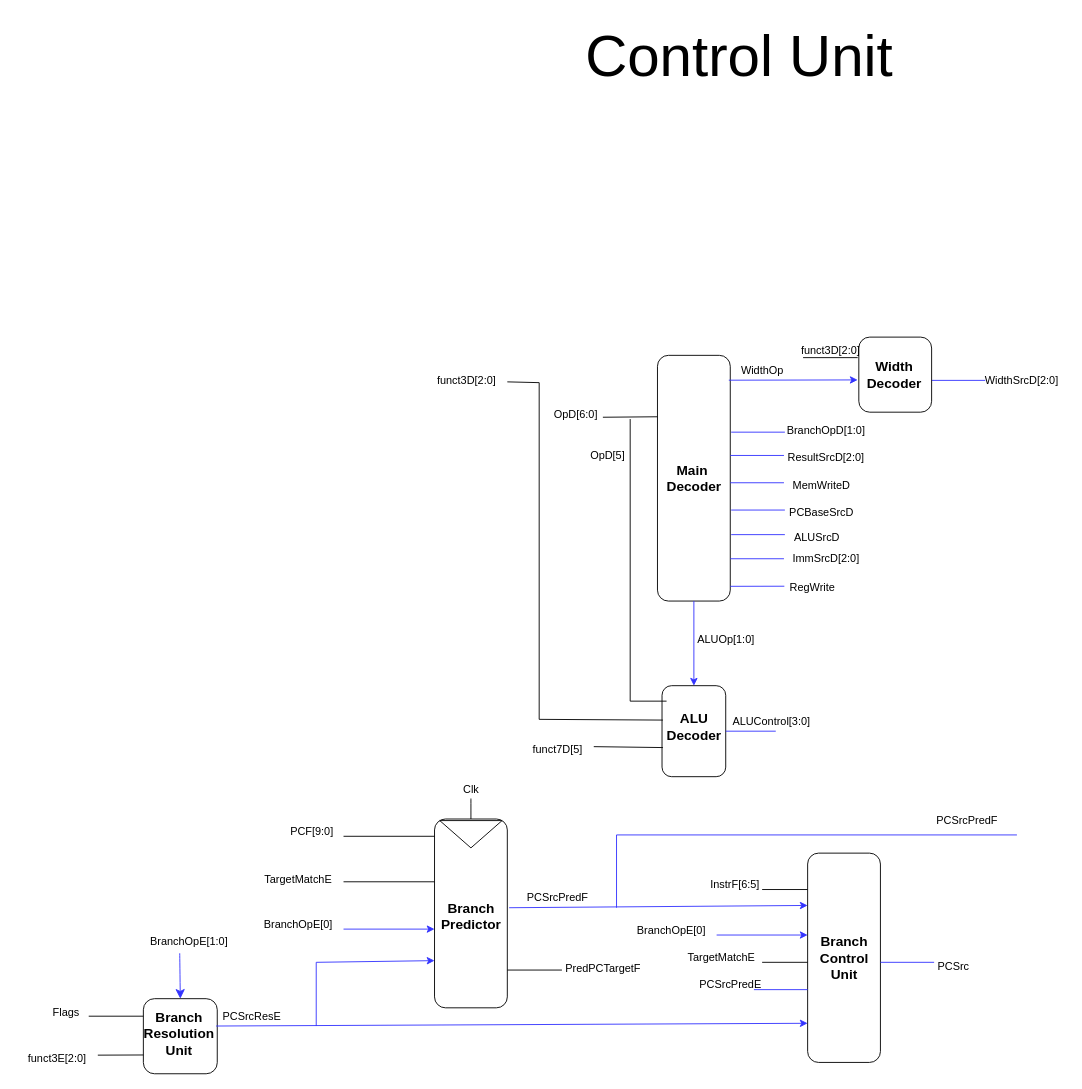
This is page "Control Unit" (3 of 4) of Documentation/RISC-V Pipelined Schematic.drawio from Biggo03/RISC-V-Pipelined, a draw.io file, before an edit. Source tidied: cells renumbered, new cells numbered last; positions are measured from the earlier drawing's top-left corner, leaving out a move shared by most shapes. Both pictures are drawn from the tidied source at 91%, with x=0, y=0 at pixel (15, 15).
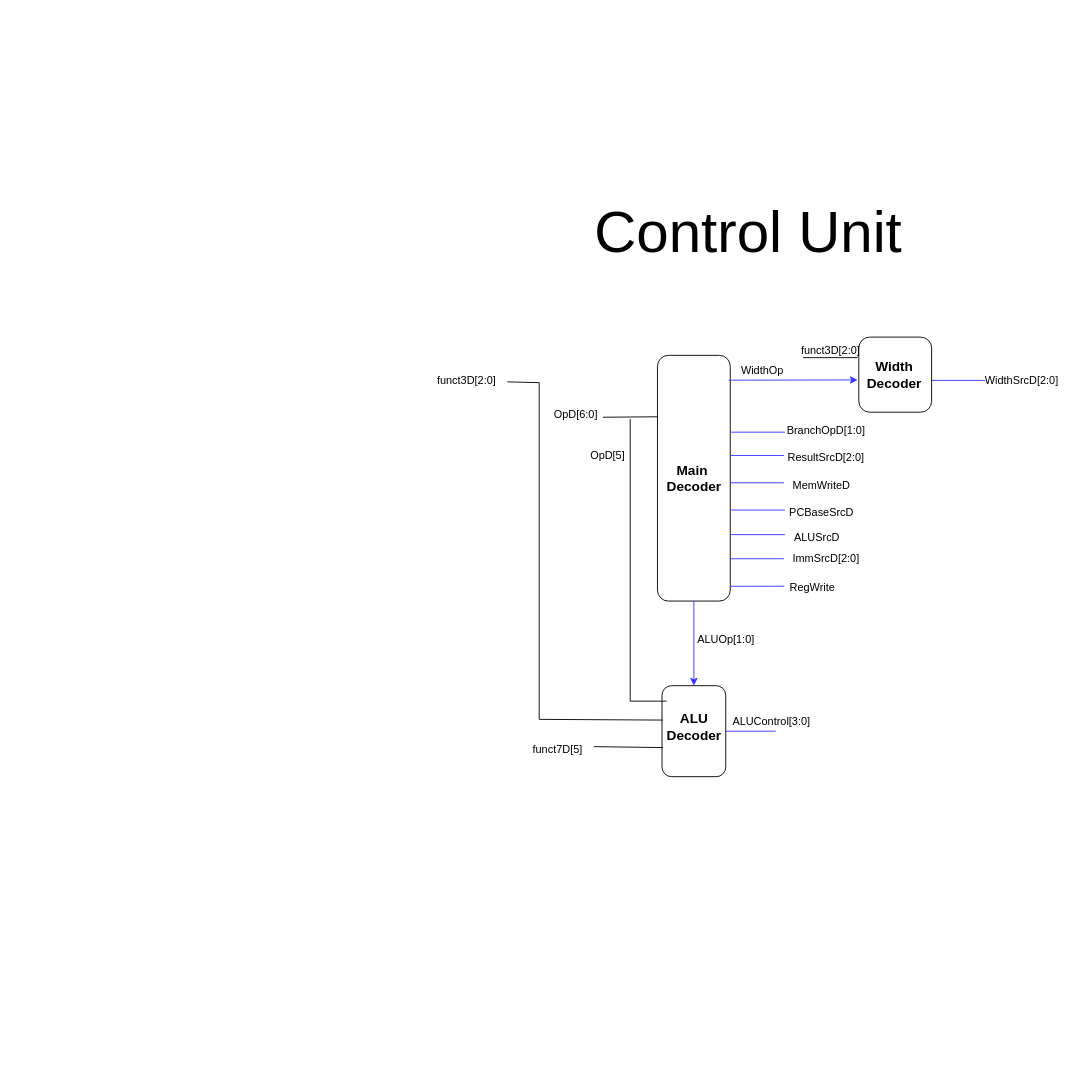
The same page after the edit.

Commit message (it also covers changes not shown here):
Made Branch Processing Unit page, updated controller-datapath schematic

The edit, as a diff of the source:
```diff
@@
     <mxCell id="2" value="&lt;div style=&quot;&quot;&gt;&lt;span style=&quot;background-color: initial; font-size: 64px; text-wrap: nowrap;&quot;&gt;Control Unit&lt;/span&gt;&lt;/div&gt;" style="text;whiteSpace=wrap;html=1;align=center;" parent="1" vertex="1">
-      <mxGeometry x="535" width="520" height="100" as="geometry" />
+      <mxGeometry x="545" y="193" width="520" height="100" as="geometry" />
     </mxCell>
@@
-    <mxCell id="45" style="rounded=1;whiteSpace=wrap;html=1;" parent="1" vertex="1">
-      <mxGeometry x="870" y="920" width="80" height="230" as="geometry" />
-    </mxCell>
-    <mxCell id="46" value="&lt;span style=&quot;font-size: 15px;&quot;&gt;&lt;b&gt;Branch&lt;/b&gt;&lt;/span&gt;&lt;div&gt;&lt;span style=&quot;font-size: 15px;&quot;&gt;&lt;b&gt;Control&lt;/b&gt;&lt;/span&gt;&lt;/div&gt;&lt;div&gt;&lt;span style=&quot;font-size: 15px;&quot;&gt;&lt;b&gt;Unit&lt;/b&gt;&lt;/span&gt;&lt;/div&gt;" style="text;html=1;align=center;verticalAlign=middle;strokeColor=none;fillColor=none;" parent="1" vertex="1">
-      <mxGeometry x="870" y="1000" width="80" height="70" as="geometry" />
-    </mxCell>
-    <mxCell id="47" style="endArrow=none;html=1;rounded=0;entryX=0.75;entryY=1;entryDx=0;entryDy=0;" parent="1" edge="1">
-      <mxGeometry relative="1" as="geometry">
-        <mxPoint x="820" y="960" as="sourcePoint" />
-        <mxPoint x="870" y="960" as="targetPoint" />
-      </mxGeometry>
-    </mxCell>
-    <mxCell id="48" value="InstrF[6:5]" style="text;html=1;align=center;verticalAlign=middle;strokeColor=none;fillColor=none;" parent="1" vertex="1">
-      <mxGeometry x="750" y="940" width="80" height="30" as="geometry" />
-    </mxCell>
-    <mxCell id="49" style="endArrow=classic;html=1;rounded=0;strokeColor=#3333FF;endFill=1;entryX=0;entryY=0.25;entryDx=0;entryDy=0;" parent="1" edge="1" target="45">
-      <mxGeometry relative="1" as="geometry">
-        <mxPoint x="542" y="980" as="sourcePoint" />
-      </mxGeometry>
-    </mxCell>
-    <mxCell id="50" value="PCSrcPredF" style="text;html=1;align=center;verticalAlign=middle;strokeColor=none;fillColor=none;" parent="1" vertex="1">
-      <mxGeometry x="550" y="953.5" width="90" height="30" as="geometry" />
-    </mxCell>
-    <mxCell id="51" style="endArrow=none;html=1;rounded=0;exitX=0.852;exitY=-0.008;exitDx=0;exitDy=0;exitPerimeter=0;strokeColor=#3333FF;" parent="1" edge="1">
-      <mxGeometry relative="1" as="geometry">
-        <mxPoint x="950" y="1040" as="sourcePoint" />
-        <mxPoint x="1009" y="1040" as="targetPoint" />
-      </mxGeometry>
-    </mxCell>
-    <mxCell id="52" value="PCSrc" style="text;html=1;align=center;verticalAlign=middle;strokeColor=none;fillColor=none;" parent="1" vertex="1">
-      <mxGeometry x="1000" y="1030" width="60" height="30" as="geometry" />
-    </mxCell>
-    <mxCell id="53" style="endArrow=none;html=1;rounded=0;entryX=0.75;entryY=1;entryDx=0;entryDy=0;" parent="1" edge="1">
-      <mxGeometry relative="1" as="geometry">
-        <mxPoint x="820" y="1040" as="sourcePoint" />
-        <mxPoint x="870" y="1040" as="targetPoint" />
-      </mxGeometry>
-    </mxCell>
-    <mxCell id="54" value="TargetMatchE" style="text;html=1;align=center;verticalAlign=middle;strokeColor=none;fillColor=none;" parent="1" vertex="1">
-      <mxGeometry x="725" y="1020" width="100" height="30" as="geometry" />
-    </mxCell>
-    <mxCell id="55" style="endArrow=none;html=1;rounded=0;exitX=0.852;exitY=-0.008;exitDx=0;exitDy=0;exitPerimeter=0;strokeColor=#3333FF;" parent="1" edge="1">
-      <mxGeometry relative="1" as="geometry">
-        <mxPoint x="811" y="1070" as="sourcePoint" />
-        <mxPoint x="870" y="1070" as="targetPoint" />
-      </mxGeometry>
-    </mxCell>
-    <mxCell id="56" value="PCSrcPredE" style="text;html=1;align=center;verticalAlign=middle;strokeColor=none;fillColor=none;" parent="1" vertex="1">
-      <mxGeometry x="740" y="1050" width="90" height="30" as="geometry" />
-    </mxCell>
-    <mxCell id="57" style="rounded=1;whiteSpace=wrap;html=1;" parent="1" vertex="1">
-      <mxGeometry x="460" y="882.5" width="80" height="207.5" as="geometry" />
-    </mxCell>
-    <mxCell id="58" value="&lt;span style=&quot;font-size: 15px;&quot;&gt;&lt;b&gt;Branch&lt;/b&gt;&lt;/span&gt;&lt;div&gt;&lt;span style=&quot;font-size: 15px;&quot;&gt;&lt;b&gt;Predictor&lt;/b&gt;&lt;/span&gt;&lt;/div&gt;" style="text;html=1;align=center;verticalAlign=middle;strokeColor=none;fillColor=none;" parent="1" vertex="1">
-      <mxGeometry x="455" y="963.5" width="90" height="50" as="geometry" />
-    </mxCell>
-    <mxCell id="59" style="endArrow=none;html=1;rounded=0;" parent="1" edge="1">
-      <mxGeometry relative="1" as="geometry">
-        <mxPoint x="360" y="901.5" as="sourcePoint" />
-        <mxPoint x="460" y="901.5" as="targetPoint" />
-      </mxGeometry>
-    </mxCell>
-    <mxCell id="60" value="PCF[9:0]" style="text;html=1;align=center;verticalAlign=middle;strokeColor=none;fillColor=none;" parent="1" vertex="1">
-      <mxGeometry x="290" y="881.5" width="70" height="30" as="geometry" />
-    </mxCell>
-    <mxCell id="61" style="endArrow=none;html=1;rounded=0;" parent="1" edge="1">
-      <mxGeometry relative="1" as="geometry">
-        <mxPoint x="360" y="951.5" as="sourcePoint" />
-        <mxPoint x="460" y="951.5" as="targetPoint" />
-      </mxGeometry>
-    </mxCell>
-    <mxCell id="62" value="TargetMatchE" style="text;html=1;align=center;verticalAlign=middle;strokeColor=none;fillColor=none;" parent="1" vertex="1">
-      <mxGeometry x="260" y="933.5" width="100" height="30" as="geometry" />
-    </mxCell>
-    <mxCell id="63" style="endArrow=classic;html=1;rounded=0;strokeColor=#3333FF;endFill=1;" parent="1" edge="1">
-      <mxGeometry relative="1" as="geometry">
-        <mxPoint x="360" y="1003.5" as="sourcePoint" />
-        <mxPoint x="460" y="1003.5" as="targetPoint" />
-      </mxGeometry>
-    </mxCell>
-    <mxCell id="64" value="&lt;font style=&quot;color: rgb(0, 0, 0);&quot;&gt;BranchOpE[0]&lt;/font&gt;" style="text;html=1;align=center;verticalAlign=middle;strokeColor=none;fillColor=none;" parent="1" vertex="1">
-      <mxGeometry x="260" y="983.5" width="100" height="30" as="geometry" />
-    </mxCell>
-    <mxCell id="65" style="endArrow=none;html=1;rounded=0;exitX=1;exitY=0.75;exitDx=0;exitDy=0;" parent="1" edge="1">
-      <mxGeometry relative="1" as="geometry">
-        <mxPoint x="540" y="1048.5" as="sourcePoint" />
-        <mxPoint x="600" y="1048.5" as="targetPoint" />
-      </mxGeometry>
-    </mxCell>
-    <mxCell id="66" value="PredPCTargetF" style="text;html=1;align=center;verticalAlign=middle;strokeColor=none;fillColor=none;" parent="1" vertex="1">
-      <mxGeometry x="590" y="1031.5" width="110" height="30" as="geometry" />
-    </mxCell>
-    <mxCell id="67" style="endArrow=classic;html=1;rounded=0;strokeColor=#3333FF;endFill=1;" parent="1" edge="1">
-      <mxGeometry relative="1" as="geometry">
-        <mxPoint x="770" y="1010" as="sourcePoint" />
-        <mxPoint x="870" y="1010" as="targetPoint" />
-      </mxGeometry>
-    </mxCell>
-    <mxCell id="68" value="&lt;font style=&quot;color: rgb(0, 0, 0);&quot;&gt;BranchOpE[0]&lt;/font&gt;" style="text;html=1;align=center;verticalAlign=middle;strokeColor=none;fillColor=none;" parent="1" vertex="1">
-      <mxGeometry x="670" y="990" width="100" height="30" as="geometry" />
-    </mxCell>
-    <mxCell id="69" style="endArrow=none;html=1;rounded=0;strokeColor=#3333FF;" parent="1" edge="1">
-      <mxGeometry relative="1" as="geometry">
-        <mxPoint x="660" y="980" as="sourcePoint" />
-        <mxPoint x="1100" y="900" as="targetPoint" />
-        <Array as="points">
-          <mxPoint x="660" y="900" />
-        </Array>
-      </mxGeometry>
-    </mxCell>
-    <mxCell id="70" value="PCSrcPredF" style="text;html=1;align=center;verticalAlign=middle;strokeColor=none;fillColor=none;" parent="1" vertex="1">
-      <mxGeometry x="1000" y="870" width="90" height="30" as="geometry" />
-    </mxCell>
-    <mxCell id="71" style="endArrow=classic;html=1;rounded=0;fontSize=12;startSize=8;endSize=8;curved=1;strokeColor=#3333FF;entryX=0;entryY=0.5;entryDx=0;entryDy=0;" parent="1" edge="1" target="73">
-      <mxGeometry relative="1" as="geometry">
-        <mxPoint x="180" y="1030" as="sourcePoint" />
-      </mxGeometry>
-    </mxCell>
-    <mxCell id="72" value="&lt;font style=&quot;font-size: 12px;&quot;&gt;BranchOpE[1:0]&lt;/font&gt;" style="text;html=1;align=center;verticalAlign=middle;strokeColor=none;fillColor=none;fontSize=16;" parent="1" vertex="1">
-      <mxGeometry x="135" y="1000" width="110" height="30" as="geometry" />
-    </mxCell>
-    <mxCell id="73" style="rounded=1;whiteSpace=wrap;html=1;rotation=90;" parent="1" vertex="1">
-      <mxGeometry x="139.4" y="1080.6" width="82.5" height="81.2" as="geometry" />
-    </mxCell>
-    <mxCell id="74" value="&lt;span style=&quot;font-size: 15px;&quot;&gt;&lt;b&gt;Branch&lt;/b&gt;&lt;/span&gt;&lt;div&gt;&lt;span style=&quot;font-size: 15px;&quot;&gt;&lt;b&gt;Resolution&lt;/b&gt;&lt;/span&gt;&lt;/div&gt;&lt;div&gt;&lt;span style=&quot;font-size: 15px;&quot;&gt;&lt;b&gt;Unit&lt;/b&gt;&lt;/span&gt;&lt;/div&gt;" style="text;html=1;align=center;verticalAlign=middle;strokeColor=none;fillColor=none;" parent="1" vertex="1">
-      <mxGeometry x="128.8" y="1082.5" width="100" height="70" as="geometry" />
-    </mxCell>
-    <mxCell id="75" style="endArrow=none;html=1;rounded=0;" parent="1" edge="1">
-      <mxGeometry relative="1" as="geometry">
-        <mxPoint x="80" y="1099.2" as="sourcePoint" />
-        <mxPoint x="140" y="1099.2" as="targetPoint" />
-      </mxGeometry>
-    </mxCell>
-    <mxCell id="76" value="Flags" style="text;html=1;align=center;verticalAlign=middle;strokeColor=none;fillColor=none;" parent="1" vertex="1">
-      <mxGeometry x="30" y="1081.2" width="50" height="30" as="geometry" />
-    </mxCell>
-    <mxCell id="77" value="funct3E[2:0]" style="text;html=1;align=center;verticalAlign=middle;strokeColor=none;fillColor=none;" parent="1" vertex="1">
-      <mxGeometry y="1131" width="90" height="30" as="geometry" />
-    </mxCell>
-    <mxCell id="78" value="&lt;font style=&quot;font-size: 12px;&quot;&gt;PCSrcResE&lt;/font&gt;" style="text;html=1;align=center;verticalAlign=middle;strokeColor=none;fillColor=none;fontSize=16;" parent="1" vertex="1">
-      <mxGeometry x="213.8" y="1082.5" width="90" height="30" as="geometry" />
-    </mxCell>
-    <mxCell id="79" style="endArrow=none;html=1;rounded=0;entryX=0.75;entryY=1;entryDx=0;entryDy=0;" parent="1" edge="1" target="73">
-      <mxGeometry relative="1" as="geometry">
-        <mxPoint x="90" y="1142" as="sourcePoint" />
-      </mxGeometry>
-    </mxCell>
-    <mxCell id="80" style="endArrow=classic;html=1;rounded=0;strokeColor=#3333FF;entryX=0;entryY=0.813;entryDx=0;entryDy=0;entryPerimeter=0;endFill=1;" parent="1" edge="1" target="45">
-      <mxGeometry relative="1" as="geometry">
-        <mxPoint x="220" y="1110" as="sourcePoint" />
-      </mxGeometry>
-    </mxCell>
-    <mxCell id="81" style="endArrow=classic;html=1;rounded=0;strokeColor=#3333FF;endFill=1;entryX=0;entryY=0.75;entryDx=0;entryDy=0;" parent="1" edge="1" target="57">
-      <mxGeometry relative="1" as="geometry">
-        <mxPoint x="330" y="1110" as="sourcePoint" />
-        <Array as="points">
-          <mxPoint x="330" y="1040" />
-        </Array>
-      </mxGeometry>
-    </mxCell>
-    <mxCell id="82" style="triangle;whiteSpace=wrap;html=1;rotation=90;" parent="1" vertex="1">
-      <mxGeometry x="485" y="865" width="30" height="68.5" as="geometry" />
-    </mxCell>
-    <mxCell id="83" style="endArrow=none;html=1;rounded=0;fontSize=12;startSize=8;endSize=8;curved=1;entryX=0.5;entryY=0;entryDx=0;entryDy=0;" parent="1" edge="1" target="57">
-      <mxGeometry relative="1" as="geometry">
-        <mxPoint x="500" y="860" as="sourcePoint" />
-      </mxGeometry>
-    </mxCell>
-    <mxCell id="84" value="Clk" style="text;html=1;align=center;verticalAlign=middle;strokeColor=none;fillColor=none;" parent="1" vertex="1">
-      <mxGeometry x="480" y="835" width="40" height="30" as="geometry" />
-    </mxCell>
```
